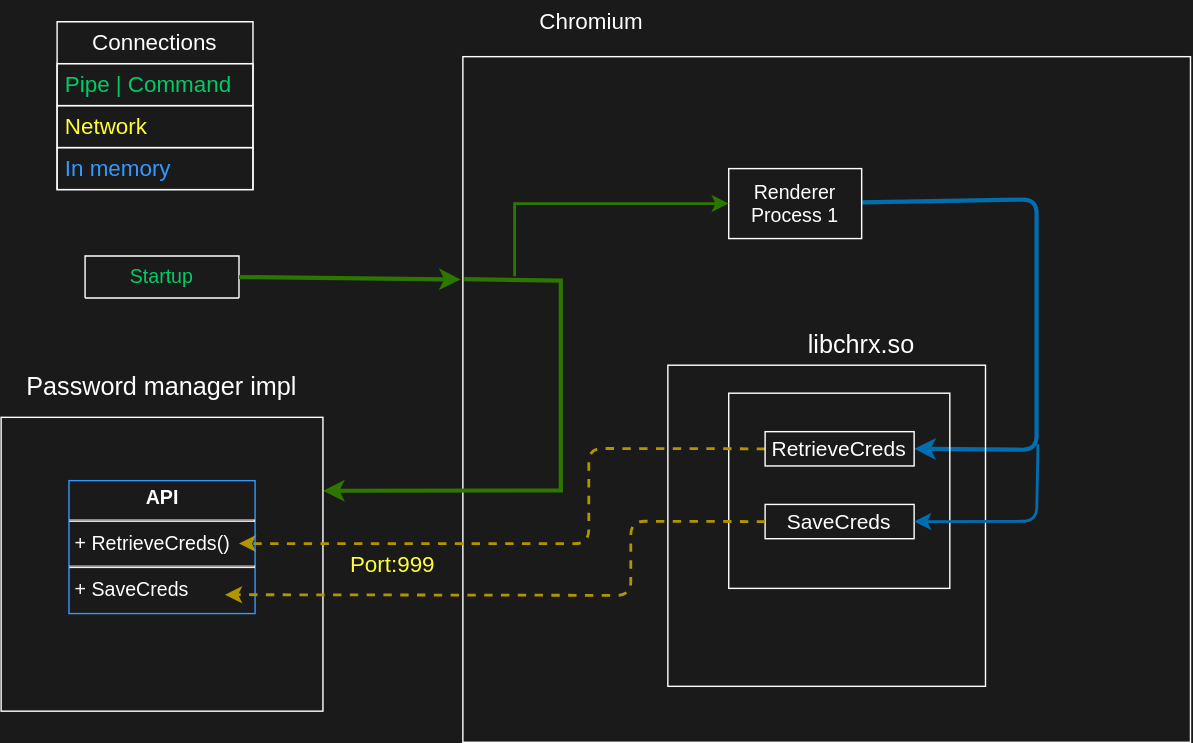
Before: bridge.drawio.svg, a diagram exported from draw.io (chrxer/safe-chrx-proto). Source tidied: cells renumbered, new cells last; positions are measured from the earlier drawing's top-left corner, leaving out a move shared by most shapes. Source of this version:
```xml
<mxGraphModel background="#1A1A1A">
  <root>
    <mxCell id="0" />
    <mxCell id="1" parent="0" />
    <mxCell id="2" style="rounded=0;whiteSpace=wrap;html=1;fillColor=none;strokeColor=#FFFFFF;fontColor=#FFFFFF;" parent="1" vertex="1">
      <mxGeometry x="330" y="40" width="520" height="490" as="geometry" />
    </mxCell>
    <mxCell id="3" value="Startup" style="swimlane;fontStyle=0;horizontal=1;startSize=30;whiteSpace=wrap;html=1;fillColor=none;strokeColor=#FFFFFF;fontColor=#00CC66;fontSize=14;rounded=0;" parent="1" vertex="1" collapsed="1">
      <mxGeometry x="60" y="182.5" width="110" height="30" as="geometry" />
    </mxCell>
    <mxCell id="4" style="edgeStyle=none;html=1;entryX=1;entryY=0.5;entryDx=0;entryDy=0;strokeWidth=3;fillColor=#1ba1e2;strokeColor=#006EAF;" parent="1" edge="1" source="6" target="13">
      <mxGeometry relative="1" as="geometry">
        <Array as="points">
          <mxPoint x="740" y="142" />
          <mxPoint x="740" y="321" />
        </Array>
      </mxGeometry>
    </mxCell>
    <mxCell id="5" style="edgeStyle=none;html=1;entryX=1;entryY=0.25;entryDx=0;entryDy=0;fontColor=#FFFFFF;fillColor=#60a917;strokeColor=#2D7600;strokeWidth=3;rounded=0;" parent="1" edge="1" target="10">
      <mxGeometry relative="1" as="geometry">
        <mxPoint x="331" y="199" as="sourcePoint" />
        <Array as="points">
          <mxPoint x="400" y="200" />
          <mxPoint x="400" y="350" />
        </Array>
      </mxGeometry>
    </mxCell>
    <mxCell id="6" value="&lt;font style=&quot;font-size: 14px;&quot;&gt;Renderer Process 1&lt;/font&gt;" style="rounded=0;whiteSpace=wrap;html=1;fillColor=none;strokeColor=#FFFFFF;fontColor=#FFFFFF;" parent="1" vertex="1">
      <mxGeometry x="520" y="120" width="95" height="50" as="geometry" />
    </mxCell>
    <mxCell id="7" value="Chromium" style="text;html=1;strokeColor=none;fillColor=none;align=center;verticalAlign=middle;whiteSpace=wrap;rounded=0;fontColor=#FFFFFF;fontSize=16;" parent="1" vertex="1">
      <mxGeometry x="392" width="60" height="30" as="geometry" />
    </mxCell>
    <mxCell id="8" style="rounded=0;whiteSpace=wrap;html=1;fillColor=none;strokeColor=#FFFFFF;fontColor=#FFFFFF;" parent="1" vertex="1">
      <mxGeometry x="476.5" y="260.5" width="227" height="229.5" as="geometry" />
    </mxCell>
    <mxCell id="9" value="&lt;font style=&quot;font-size: 18px;&quot;&gt;libchrx.so&lt;/font&gt;" style="text;html=1;strokeColor=none;fillColor=none;align=center;verticalAlign=middle;whiteSpace=wrap;rounded=0;fontSize=18;fontColor=#FFFFFF;" parent="1" vertex="1">
      <mxGeometry x="565" y="230.5" width="100" height="30" as="geometry" />
    </mxCell>
    <mxCell id="10" style="rounded=0;whiteSpace=wrap;html=1;fillColor=none;strokeColor=#FFFFFF;fontColor=#FFFFFF;" parent="1" vertex="1">
      <mxGeometry y="297.8" width="230" height="210" as="geometry" />
    </mxCell>
    <mxCell id="11" style="rounded=0;whiteSpace=wrap;html=1;fontSize=15;fillColor=none;strokeColor=#FFFFFF;fontColor=#FFFFFF;" parent="1" vertex="1">
      <mxGeometry x="520" y="280.5" width="158" height="139.5" as="geometry" />
    </mxCell>
    <mxCell id="12" style="edgeStyle=none;html=1;exitX=0;exitY=0.5;exitDx=0;exitDy=0;strokeWidth=2;fillColor=#e3c800;strokeColor=#B09500;dashed=1;" parent="1" edge="1" source="13">
      <mxGeometry relative="1" as="geometry">
        <mxPoint x="170" y="388" as="targetPoint" />
        <Array as="points">
          <mxPoint x="420" y="320" />
          <mxPoint x="420" y="388" />
        </Array>
      </mxGeometry>
    </mxCell>
    <mxCell id="13" value="RetrieveCreds" style="rounded=0;whiteSpace=wrap;html=1;fontSize=15;fillColor=none;strokeColor=#FFFFFF;fontColor=#FFFFFF;" parent="1" vertex="1">
      <mxGeometry x="546" y="308" width="106.5" height="24.5" as="geometry" />
    </mxCell>
    <mxCell id="14" value="Port:999" style="text;html=1;align=center;verticalAlign=middle;whiteSpace=wrap;rounded=0;fontSize=16;strokeColor=none;fontColor=#FFFF33;" parent="1" vertex="1">
      <mxGeometry x="250" y="387.8" width="60" height="30" as="geometry" />
    </mxCell>
    <mxCell id="15" value="&lt;font color=&quot;#ffffff&quot;&gt;Connections&lt;/font&gt;" style="swimlane;fontStyle=0;horizontal=1;startSize=30;whiteSpace=wrap;html=1;strokeColor=#FFFFFF;fontSize=16;fontColor=#3399FF;fillColor=none;rounded=0;" parent="1" vertex="1">
      <mxGeometry x="40" y="15" width="140" height="120" as="geometry" />
    </mxCell>
    <mxCell id="16" value="&lt;font color=&quot;#00cc66&quot;&gt;Pipe | Command&lt;/font&gt;" style="text;strokeColor=#FFFFFF;fillColor=none;align=left;verticalAlign=middle;spacingLeft=4;spacingRight=4;overflow=hidden;whiteSpace=wrap;html=1;fontSize=16;fontColor=#3399FF;rounded=0;" parent="15" vertex="1">
      <mxGeometry y="30" width="140" height="30" as="geometry" />
    </mxCell>
    <mxCell id="17" value="&lt;font color=&quot;#ffff33&quot;&gt;Network&lt;/font&gt;" style="text;align=left;verticalAlign=middle;spacingLeft=4;spacingRight=4;overflow=hidden;whiteSpace=wrap;html=1;fontSize=16;strokeColor=#FFFFFF;rounded=0;" parent="15" vertex="1">
      <mxGeometry y="60" width="140" height="30" as="geometry" />
    </mxCell>
    <mxCell id="18" value="In memory" style="text;strokeColor=#FFFFFF;fillColor=none;align=left;verticalAlign=middle;spacingLeft=4;spacingRight=4;overflow=hidden;whiteSpace=wrap;html=1;fontSize=16;fontColor=#3399FF;rounded=0;" parent="15" vertex="1">
      <mxGeometry y="90" width="140" height="30" as="geometry" />
    </mxCell>
    <mxCell id="19" value="&lt;p style=&quot;margin: 4px 0px 0px; text-align: center; font-size: 14px;&quot;&gt;&lt;b style=&quot;font-size: 14px;&quot;&gt;API&lt;/b&gt;&lt;/p&gt;&lt;hr style=&quot;font-size: 14px;&quot;&gt;&lt;p style=&quot;margin: 0px 0px 0px 4px; font-size: 14px;&quot;&gt;+ RetrieveCreds()&lt;br&gt;&lt;/p&gt;&lt;hr style=&quot;font-size: 14px;&quot;&gt;&lt;p style=&quot;margin: 0px 0px 0px 4px; font-size: 14px;&quot;&gt;+ SaveCreds&lt;/p&gt;" style="verticalAlign=top;align=left;overflow=fill;fontSize=14;fontFamily=Helvetica;html=1;fillColor=none;strokeColor=#3399FF;fontColor=#FFFFFF;rounded=0;" parent="1" vertex="1">
      <mxGeometry x="48.5" y="343" width="133" height="95" as="geometry" />
    </mxCell>
    <mxCell id="20" style="edgeStyle=none;jettySize=auto;html=1;strokeWidth=2;fontColor=#FFFFFF;fillColor=#60a917;strokeColor=#2D7600;rounded=0;entryX=0;entryY=0.5;entryDx=0;entryDy=0;" parent="1" edge="1" target="6">
      <mxGeometry relative="1" as="geometry">
        <mxPoint x="367" y="197" as="sourcePoint" />
        <Array as="points">
          <mxPoint x="367" y="145" />
        </Array>
      </mxGeometry>
    </mxCell>
    <mxCell id="21" value="Password manager impl" style="text;html=1;strokeColor=none;fillColor=none;align=center;verticalAlign=middle;whiteSpace=wrap;rounded=0;fontSize=18;fontColor=#FFFFFF;" parent="1" vertex="1">
      <mxGeometry x="10" y="260.5" width="210" height="30" as="geometry" />
    </mxCell>
    <mxCell id="22" value="SaveCreds" style="rounded=0;whiteSpace=wrap;html=1;fontSize=15;fillColor=none;strokeColor=#FFFFFF;fontColor=#FFFFFF;" parent="1" vertex="1">
      <mxGeometry x="546" y="360" width="106.5" height="24.5" as="geometry" />
    </mxCell>
    <mxCell id="23" style="edgeStyle=none;html=1;exitX=0;exitY=0.5;exitDx=0;exitDy=0;strokeWidth=2;fillColor=#e3c800;strokeColor=#B09500;dashed=1;" parent="1" edge="1" source="22">
      <mxGeometry relative="1" as="geometry">
        <mxPoint x="160" y="424.5" as="targetPoint" />
        <Array as="points">
          <mxPoint x="450" y="372" />
          <mxPoint x="450" y="425" />
        </Array>
      </mxGeometry>
    </mxCell>
    <mxCell id="24" style="edgeStyle=none;jettySize=auto;html=1;strokeWidth=2;entryX=1;entryY=0.5;entryDx=0;entryDy=0;fillColor=#1ba1e2;strokeColor=#006EAF;" parent="1" edge="1" target="22">
      <mxGeometry relative="1" as="geometry">
        <mxPoint x="741" y="317" as="sourcePoint" />
        <Array as="points">
          <mxPoint x="740" y="372" />
        </Array>
      </mxGeometry>
    </mxCell>
  </root>
</mxGraphModel>
```
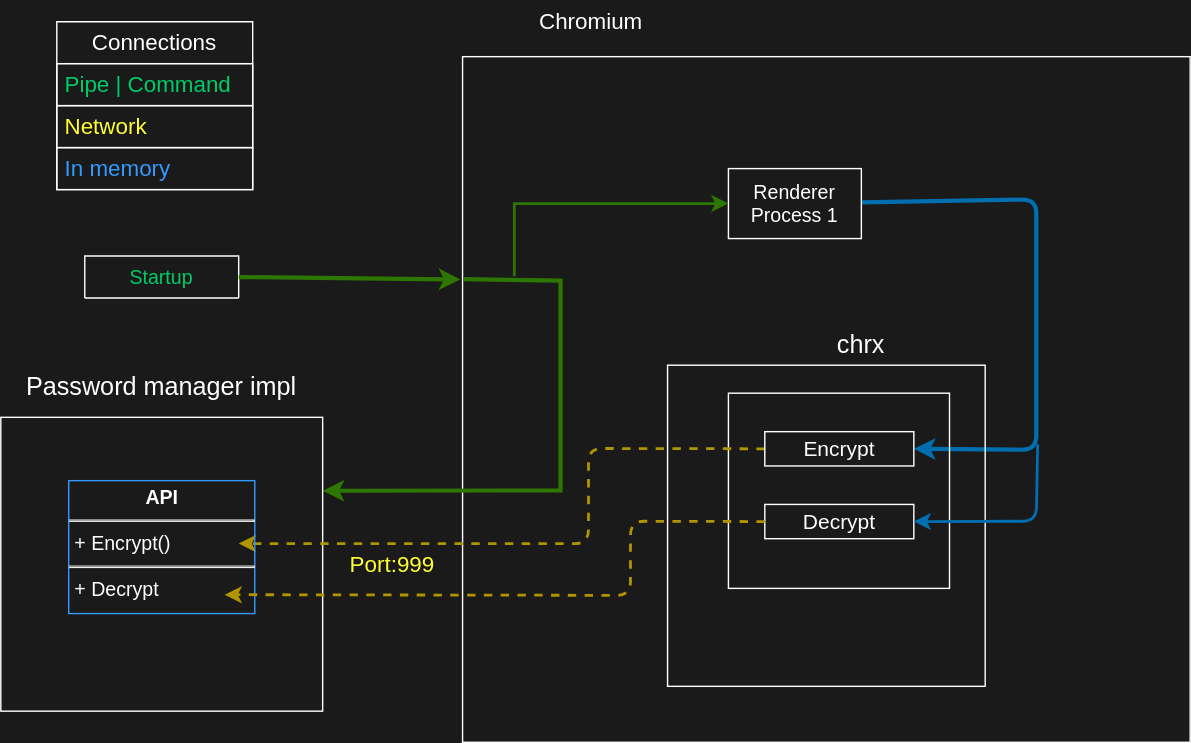
After the change.

Diff of the diagram source:
```diff
@@ -34,7 +34,7 @@
     <mxCell id="8" style="rounded=0;whiteSpace=wrap;html=1;fillColor=none;strokeColor=#FFFFFF;fontColor=#FFFFFF;" parent="1" vertex="1">
       <mxGeometry x="476.5" y="260.5" width="227" height="229.5" as="geometry" />
     </mxCell>
-    <mxCell id="9" value="&lt;font style=&quot;font-size: 18px;&quot;&gt;libchrx.so&lt;/font&gt;" style="text;html=1;strokeColor=none;fillColor=none;align=center;verticalAlign=middle;whiteSpace=wrap;rounded=0;fontSize=18;fontColor=#FFFFFF;" parent="1" vertex="1">
+    <mxCell id="9" value="chrx" style="text;html=1;strokeColor=none;fillColor=none;align=center;verticalAlign=middle;whiteSpace=wrap;rounded=0;fontSize=18;fontColor=#FFFFFF;" parent="1" vertex="1">
       <mxGeometry x="565" y="230.5" width="100" height="30" as="geometry" />
     </mxCell>
     <mxCell id="10" style="rounded=0;whiteSpace=wrap;html=1;fillColor=none;strokeColor=#FFFFFF;fontColor=#FFFFFF;" parent="1" vertex="1">
@@ -52,7 +52,7 @@
         </Array>
       </mxGeometry>
     </mxCell>
-    <mxCell id="13" value="RetrieveCreds" style="rounded=0;whiteSpace=wrap;html=1;fontSize=15;fillColor=none;strokeColor=#FFFFFF;fontColor=#FFFFFF;" parent="1" vertex="1">
+    <mxCell id="13" value="Encrypt" style="rounded=0;whiteSpace=wrap;html=1;fontSize=15;fillColor=none;strokeColor=#FFFFFF;fontColor=#FFFFFF;" parent="1" vertex="1">
       <mxGeometry x="546" y="308" width="106.5" height="24.5" as="geometry" />
     </mxCell>
     <mxCell id="14" value="Port:999" style="text;html=1;align=center;verticalAlign=middle;whiteSpace=wrap;rounded=0;fontSize=16;strokeColor=none;fontColor=#FFFF33;" parent="1" vertex="1">
@@ -70,7 +70,7 @@
     <mxCell id="18" value="In memory" style="text;strokeColor=#FFFFFF;fillColor=none;align=left;verticalAlign=middle;spacingLeft=4;spacingRight=4;overflow=hidden;whiteSpace=wrap;html=1;fontSize=16;fontColor=#3399FF;rounded=0;" parent="15" vertex="1">
       <mxGeometry y="90" width="140" height="30" as="geometry" />
     </mxCell>
-    <mxCell id="19" value="&lt;p style=&quot;margin: 4px 0px 0px; text-align: center; font-size: 14px;&quot;&gt;&lt;b style=&quot;font-size: 14px;&quot;&gt;API&lt;/b&gt;&lt;/p&gt;&lt;hr style=&quot;font-size: 14px;&quot;&gt;&lt;p style=&quot;margin: 0px 0px 0px 4px; font-size: 14px;&quot;&gt;+ RetrieveCreds()&lt;br&gt;&lt;/p&gt;&lt;hr style=&quot;font-size: 14px;&quot;&gt;&lt;p style=&quot;margin: 0px 0px 0px 4px; font-size: 14px;&quot;&gt;+ SaveCreds&lt;/p&gt;" style="verticalAlign=top;align=left;overflow=fill;fontSize=14;fontFamily=Helvetica;html=1;fillColor=none;strokeColor=#3399FF;fontColor=#FFFFFF;rounded=0;" parent="1" vertex="1">
+    <mxCell id="19" value="&lt;p style=&quot;margin: 4px 0px 0px; text-align: center; font-size: 14px;&quot;&gt;&lt;b style=&quot;font-size: 14px;&quot;&gt;API&lt;/b&gt;&lt;/p&gt;&lt;hr style=&quot;font-size: 14px;&quot;&gt;&lt;p style=&quot;margin: 0px 0px 0px 4px; font-size: 14px;&quot;&gt;+ Encrypt()&lt;br&gt;&lt;/p&gt;&lt;hr style=&quot;font-size: 14px;&quot;&gt;&lt;p style=&quot;margin: 0px 0px 0px 4px; font-size: 14px;&quot;&gt;+ Decrypt&lt;/p&gt;" style="verticalAlign=top;align=left;overflow=fill;fontSize=14;fontFamily=Helvetica;html=1;fillColor=none;strokeColor=#3399FF;fontColor=#FFFFFF;rounded=0;" parent="1" vertex="1">
       <mxGeometry x="48.5" y="343" width="133" height="95" as="geometry" />
     </mxCell>
     <mxCell id="20" style="edgeStyle=none;jettySize=auto;html=1;strokeWidth=2;fontColor=#FFFFFF;fillColor=#60a917;strokeColor=#2D7600;rounded=0;entryX=0;entryY=0.5;entryDx=0;entryDy=0;" parent="1" edge="1" target="6">
@@ -84,7 +84,7 @@
     <mxCell id="21" value="Password manager impl" style="text;html=1;strokeColor=none;fillColor=none;align=center;verticalAlign=middle;whiteSpace=wrap;rounded=0;fontSize=18;fontColor=#FFFFFF;" parent="1" vertex="1">
       <mxGeometry x="10" y="260.5" width="210" height="30" as="geometry" />
     </mxCell>
-    <mxCell id="22" value="SaveCreds" style="rounded=0;whiteSpace=wrap;html=1;fontSize=15;fillColor=none;strokeColor=#FFFFFF;fontColor=#FFFFFF;" parent="1" vertex="1">
+    <mxCell id="22" value="Decrypt" style="rounded=0;whiteSpace=wrap;html=1;fontSize=15;fillColor=none;strokeColor=#FFFFFF;fontColor=#FFFFFF;" parent="1" vertex="1">
       <mxGeometry x="546" y="360" width="106.5" height="24.5" as="geometry" />
     </mxCell>
     <mxCell id="23" style="edgeStyle=none;html=1;exitX=0;exitY=0.5;exitDx=0;exitDy=0;strokeWidth=2;fillColor=#e3c800;strokeColor=#B09500;dashed=1;" parent="1" edge="1" source="22">
```
